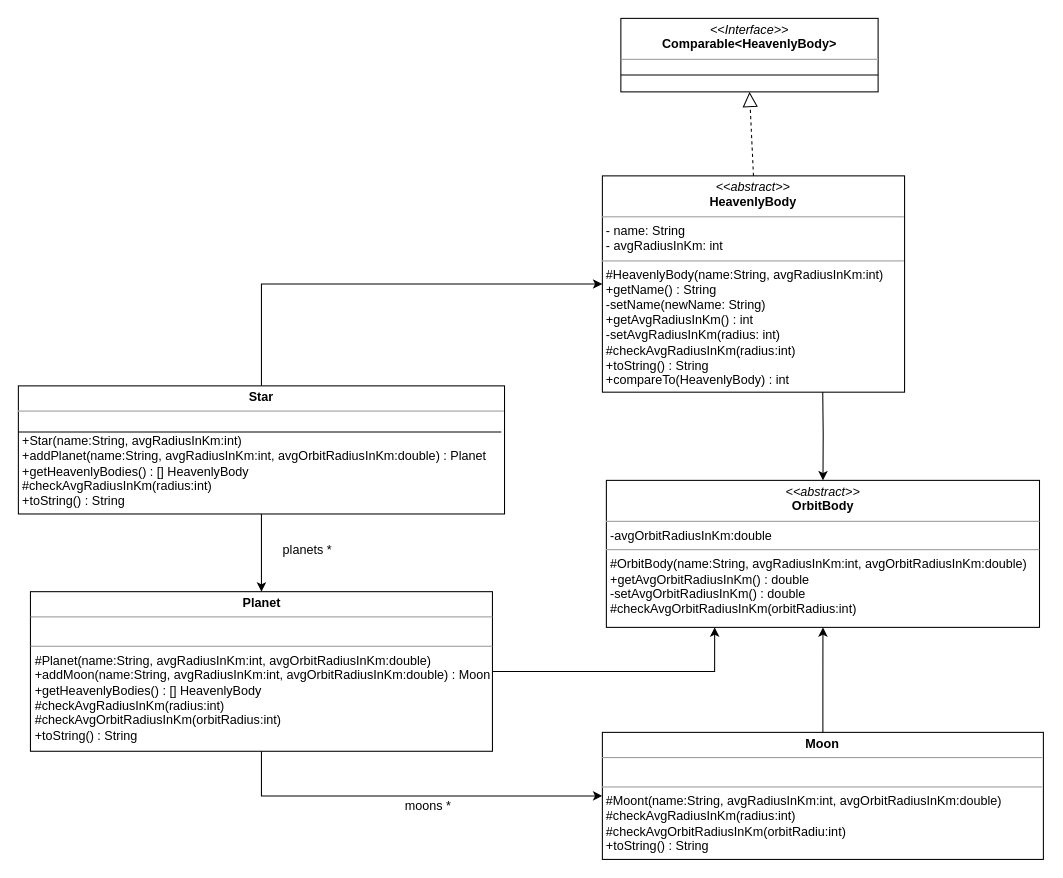
Above: Planet Class Diagram.drawio in JingLQX/Class_diagram_Java (draw.io), before the change. Source tidied: cells renumbered, new cells numbered last; positions are measured from the earlier drawing's top-left corner, leaving out a move shared by most shapes. Both pictures are drawn from the tidied source at 105%, with x=0, y=0 at pixel (18, 18).
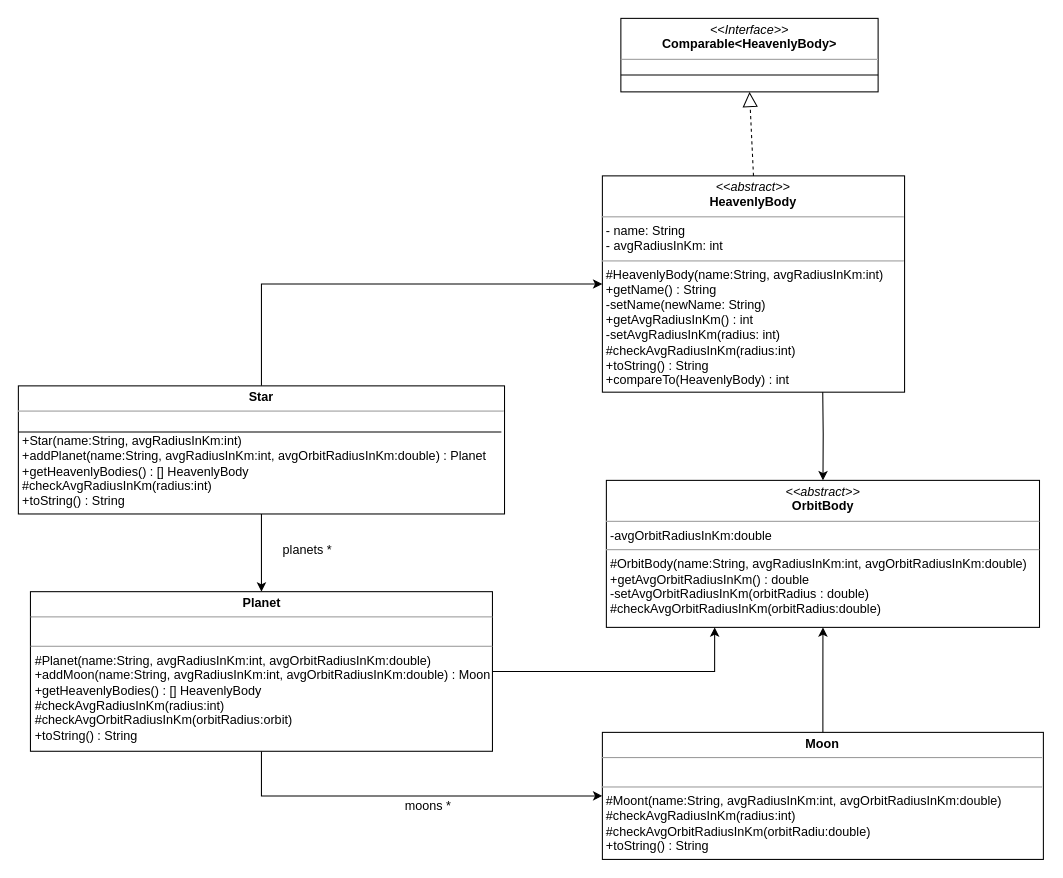
After the change.

The edit, as a diff of the source:
```diff
@@
 <mxGraphModel>
   <root>
     <mxCell id="0" />
     <mxCell id="1" parent="0" />
     <mxCell id="2" style="edgeStyle=orthogonalEdgeStyle;rounded=0;jettySize=auto;html=1;" parent="1" edge="1" target="10">
       <mxGeometry relative="1" as="geometry">
         <mxPoint x="766" y="350" as="sourcePoint" />
       </mxGeometry>
     </mxCell>
     <mxCell id="3" value="&lt;p style=&quot;margin:0px;margin-top:4px;text-align:center;&quot;&gt;&lt;i&gt;&amp;lt;&amp;lt;abstract&amp;gt;&amp;gt;&lt;/i&gt;&lt;br&gt;&lt;b&gt;HeavenlyBody&lt;/b&gt;&lt;/p&gt;&lt;hr size=&quot;1&quot;&gt;&lt;p style=&quot;margin:0px;margin-left:4px;&quot;&gt;- name: String&lt;br&gt;- avgRadiusInKm: int&lt;/p&gt;&lt;hr size=&quot;1&quot;&gt;&lt;p style=&quot;margin:0px;margin-left:4px;&quot;&gt;#HeavenlyBody(name:String, avgRadiusInKm:int)&lt;br&gt;+getName() : String&lt;/p&gt;&lt;p style=&quot;margin:0px;margin-left:4px;&quot;&gt;-setName(newName: String)&lt;br&gt;&lt;/p&gt;&lt;p style=&quot;margin:0px;margin-left:4px;&quot;&gt;+getAvgRadiusInKm() : int&lt;br&gt;&lt;/p&gt;&lt;p style=&quot;margin:0px;margin-left:4px;&quot;&gt;-setAvgRadiusInKm(radius: int)&lt;br&gt;&lt;/p&gt;&lt;p style=&quot;margin:0px;margin-left:4px;&quot;&gt;#checkAvgRadiusInKm(radius:int)&lt;br&gt;&lt;/p&gt;&lt;p style=&quot;margin:0px;margin-left:4px;&quot;&gt;+toString() : String&lt;/p&gt;&lt;p style=&quot;margin:0px;margin-left:4px;&quot;&gt;+compareTo(HeavenlyBody) : int&lt;/p&gt;&lt;p style=&quot;margin:0px;margin-left:4px;&quot;&gt;&lt;br&gt;&lt;/p&gt;" style="verticalAlign=top;align=left;overflow=fill;fontSize=12;fontFamily=Helvetica;html=1;" parent="1" vertex="1">
       <mxGeometry x="556.2" y="150" width="287.8" height="206" as="geometry" />
     </mxCell>
     <mxCell id="4" value="&lt;p style=&quot;margin:0px;margin-top:4px;text-align:center;&quot;&gt;&lt;i&gt;&amp;lt;&amp;lt;Interface&amp;gt;&amp;gt;&lt;/i&gt;&lt;br&gt;&lt;b&gt;Comparable&amp;lt;HeavenlyBody&amp;gt;&lt;/b&gt;&lt;br&gt;&lt;/p&gt;&lt;hr size=&quot;1&quot;&gt;&lt;p style=&quot;margin:0px;margin-left:4px;&quot;&gt;&lt;br&gt;&lt;/p&gt;" style="verticalAlign=top;align=left;overflow=fill;fontSize=12;fontFamily=Helvetica;html=1;" parent="1" vertex="1">
       <mxGeometry x="573.8" width="245" height="70" as="geometry" />
     </mxCell>
     <mxCell id="5" style="line;strokeWidth=1;fillColor=none;align=left;verticalAlign=middle;spacingTop=-1;spacingLeft=3;spacingRight=3;labelPosition=right;strokeColor=inherit;" parent="1" vertex="1">
       <mxGeometry x="573.8" y="50" width="245" height="8" as="geometry" />
     </mxCell>
     <mxCell id="6" style="edgeStyle=orthogonalEdgeStyle;rounded=0;jettySize=auto;html=1;entryX=0;entryY=0.5;entryDx=0;entryDy=0;exitX=0.5;exitY=0;exitDx=0;exitDy=0;" parent="1" edge="1" source="8" target="3">
       <mxGeometry relative="1" as="geometry" />
     </mxCell>
     <mxCell id="7" style="edgeStyle=orthogonalEdgeStyle;rounded=0;jettySize=auto;html=1;entryX=0.5;entryY=0;entryDx=0;entryDy=0;" parent="1" edge="1" source="8" target="14">
       <mxGeometry relative="1" as="geometry" />
     </mxCell>
     <mxCell id="8" value="&lt;p style=&quot;margin:0px;margin-top:4px;text-align:center;&quot;&gt;&lt;b&gt;Star&lt;/b&gt;&lt;/p&gt;&lt;hr size=&quot;1&quot;&gt;&lt;p style=&quot;margin:0px;margin-left:4px;&quot;&gt;&lt;br&gt;&lt;/p&gt;&lt;p style=&quot;margin:0px;margin-left:4px;&quot;&gt;+Star(name:String, avgRadiusInKm:int)&lt;br&gt;&lt;/p&gt;&lt;p style=&quot;margin:0px;margin-left:4px;&quot;&gt;+addPlanet(name:String, avgRadiusInKm:int, avgOrbitRadiusInKm:double) : Planet&lt;br&gt;&lt;/p&gt;&lt;p style=&quot;margin:0px;margin-left:4px;&quot;&gt;+getHeavenlyBodies() : [] HeavenlyBody&lt;br&gt;&lt;/p&gt;&lt;p style=&quot;margin:0px;margin-left:4px;&quot;&gt;#checkAvgRadiusInKm(radius:int)&lt;br&gt;&lt;/p&gt;&lt;p style=&quot;margin:0px;margin-left:4px;&quot;&gt;+toString() : String&lt;/p&gt;" style="verticalAlign=top;align=left;overflow=fill;fontSize=12;fontFamily=Helvetica;html=1;" parent="1" vertex="1">
       <mxGeometry y="350" width="463" height="122" as="geometry" />
     </mxCell>
     <mxCell id="9" style="line;strokeWidth=1;fillColor=none;align=left;verticalAlign=middle;spacingTop=-1;spacingLeft=3;spacingRight=3;labelPosition=right;strokeColor=inherit;" parent="1" vertex="1">
       <mxGeometry y="390" width="460" height="8" as="geometry" />
     </mxCell>
-    <mxCell id="10" value="&lt;p style=&quot;margin:0px;margin-top:4px;text-align:center;&quot;&gt;&lt;i&gt;&amp;lt;&amp;lt;abstract&amp;gt;&amp;gt;&lt;/i&gt;&lt;br&gt;&lt;b&gt;OrbitBody&lt;/b&gt;&lt;/p&gt;&lt;hr size=&quot;1&quot;&gt;&lt;p style=&quot;margin:0px;margin-left:4px;&quot;&gt;-avgOrbitRadiusInKm:double&lt;br&gt;&lt;/p&gt;&lt;hr size=&quot;1&quot;&gt;&lt;p style=&quot;margin:0px;margin-left:4px;&quot;&gt;#OrbitBody(name:String, avgRadiusInKm:int, avgOrbitRadiusInKm:double)&lt;/p&gt;&lt;p style=&quot;margin:0px;margin-left:4px;&quot;&gt;+getAvgOrbitRadiusInKm() : double&lt;br&gt;&lt;/p&gt;&lt;p style=&quot;margin:0px;margin-left:4px;&quot;&gt;-setAvgOrbitRadiusInKm() : double&lt;/p&gt;&lt;p style=&quot;margin:0px;margin-left:4px;&quot;&gt;#checkAvgOrbitRadiusInKm(orbitRadius:int)&lt;/p&gt;" style="verticalAlign=top;align=left;overflow=fill;fontSize=12;fontFamily=Helvetica;html=1;" parent="1" vertex="1">
+    <mxCell id="10" value="&lt;p style=&quot;margin:0px;margin-top:4px;text-align:center;&quot;&gt;&lt;i&gt;&amp;lt;&amp;lt;abstract&amp;gt;&amp;gt;&lt;/i&gt;&lt;br&gt;&lt;b&gt;OrbitBody&lt;/b&gt;&lt;/p&gt;&lt;hr size=&quot;1&quot;&gt;&lt;p style=&quot;margin:0px;margin-left:4px;&quot;&gt;-avgOrbitRadiusInKm:double&lt;br&gt;&lt;/p&gt;&lt;hr size=&quot;1&quot;&gt;&lt;p style=&quot;margin:0px;margin-left:4px;&quot;&gt;#OrbitBody(name:String, avgRadiusInKm:int, avgOrbitRadiusInKm:double)&lt;/p&gt;&lt;p style=&quot;margin:0px;margin-left:4px;&quot;&gt;+getAvgOrbitRadiusInKm() : double&lt;br&gt;&lt;/p&gt;&lt;p style=&quot;margin:0px;margin-left:4px;&quot;&gt;-setAvgOrbitRadiusInKm(orbitRadius : double)&lt;/p&gt;&lt;p style=&quot;margin:0px;margin-left:4px;&quot;&gt;#checkAvgOrbitRadiusInKm(orbitRadius:double)&lt;/p&gt;" style="verticalAlign=top;align=left;overflow=fill;fontSize=12;fontFamily=Helvetica;html=1;" parent="1" vertex="1">
       <mxGeometry x="560" y="440" width="412.5" height="140" as="geometry" />
     </mxCell>
     <mxCell id="11" style="endArrow=block;dashed=1;endFill=0;endSize=12;html=1;rounded=0;entryX=0.5;entryY=1;entryDx=0;entryDy=0;exitX=0.5;exitY=0;exitDx=0;exitDy=0;" parent="1" edge="1" source="3" target="4">
       <mxGeometry relative="1" as="geometry" />
     </mxCell>
     <mxCell id="12" style="edgeStyle=orthogonalEdgeStyle;rounded=0;jettySize=auto;html=1;exitX=0.5;exitY=1;exitDx=0;exitDy=0;" parent="1" edge="1" source="14" target="16">
       <mxGeometry relative="1" as="geometry" />
     </mxCell>
     <mxCell id="13" style="edgeStyle=orthogonalEdgeStyle;rounded=0;jettySize=auto;html=1;exitX=1;exitY=0.5;exitDx=0;exitDy=0;entryX=0.25;entryY=1;entryDx=0;entryDy=0;" parent="1" edge="1" source="14" target="10">
       <mxGeometry relative="1" as="geometry" />
     </mxCell>
-    <mxCell id="14" value="&lt;p style=&quot;margin:0px;margin-top:4px;text-align:center;&quot;&gt;&lt;b&gt;Planet&lt;/b&gt;&lt;/p&gt;&lt;hr size=&quot;1&quot;&gt;&lt;p style=&quot;margin:0px;margin-left:4px;&quot;&gt;&lt;br&gt;&lt;/p&gt;&lt;hr size=&quot;1&quot;&gt;&lt;p style=&quot;margin:0px;margin-left:4px;&quot;&gt;#Planet(name:String, avgRadiusInKm:int, avgOrbitRadiusInKm:double)&lt;br&gt;&lt;/p&gt;&lt;p style=&quot;margin:0px;margin-left:4px;&quot;&gt;+addMoon(name:String, avgRadiusInKm:int, avgOrbitRadiusInKm:double) : Moon&lt;br&gt;&lt;/p&gt;&lt;p style=&quot;margin:0px;margin-left:4px;&quot;&gt;+getHeavenlyBodies() : [] HeavenlyBody&lt;br&gt;&lt;/p&gt;&lt;p style=&quot;margin:0px;margin-left:4px;&quot;&gt;#checkAvgRadiusInKm(radius:int)&lt;br&gt;&lt;/p&gt;&lt;p style=&quot;margin:0px;margin-left:4px;&quot;&gt;#checkAvgOrbitRadiusInKm(orbitRadius:int)&lt;br&gt;&lt;/p&gt;&lt;p style=&quot;margin:0px;margin-left:4px;&quot;&gt;+toString() : String&lt;br&gt;&lt;/p&gt;" style="verticalAlign=top;align=left;overflow=fill;fontSize=12;fontFamily=Helvetica;html=1;" parent="1" vertex="1">
+    <mxCell id="14" value="&lt;p style=&quot;margin:0px;margin-top:4px;text-align:center;&quot;&gt;&lt;b&gt;Planet&lt;/b&gt;&lt;/p&gt;&lt;hr size=&quot;1&quot;&gt;&lt;p style=&quot;margin:0px;margin-left:4px;&quot;&gt;&lt;br&gt;&lt;/p&gt;&lt;hr size=&quot;1&quot;&gt;&lt;p style=&quot;margin:0px;margin-left:4px;&quot;&gt;#Planet(name:String, avgRadiusInKm:int, avgOrbitRadiusInKm:double)&lt;br&gt;&lt;/p&gt;&lt;p style=&quot;margin:0px;margin-left:4px;&quot;&gt;+addMoon(name:String, avgRadiusInKm:int, avgOrbitRadiusInKm:double) : Moon&lt;br&gt;&lt;/p&gt;&lt;p style=&quot;margin:0px;margin-left:4px;&quot;&gt;+getHeavenlyBodies() : [] HeavenlyBody&lt;br&gt;&lt;/p&gt;&lt;p style=&quot;margin:0px;margin-left:4px;&quot;&gt;#checkAvgRadiusInKm(radius:int)&lt;br&gt;&lt;/p&gt;&lt;p style=&quot;margin:0px;margin-left:4px;&quot;&gt;#checkAvgOrbitRadiusInKm(orbitRadius:orbit)&lt;br&gt;&lt;/p&gt;&lt;p style=&quot;margin:0px;margin-left:4px;&quot;&gt;+toString() : String&lt;br&gt;&lt;/p&gt;" style="verticalAlign=top;align=left;overflow=fill;fontSize=12;fontFamily=Helvetica;html=1;" parent="1" vertex="1">
       <mxGeometry x="11.5" y="546" width="440" height="152" as="geometry" />
     </mxCell>
     <mxCell id="15" style="edgeStyle=orthogonalEdgeStyle;rounded=0;jettySize=auto;html=1;entryX=0.5;entryY=1;entryDx=0;entryDy=0;" parent="1" edge="1" source="16" target="10">
       <mxGeometry relative="1" as="geometry" />
     </mxCell>
-    <mxCell id="16" value="&lt;p style=&quot;margin:0px;margin-top:4px;text-align:center;&quot;&gt;&lt;b&gt;Moon&lt;/b&gt;&lt;/p&gt;&lt;hr size=&quot;1&quot;&gt;&lt;p style=&quot;margin:0px;margin-left:4px;&quot;&gt;&lt;br&gt;&lt;/p&gt;&lt;hr size=&quot;1&quot;&gt;&lt;p style=&quot;margin:0px;margin-left:4px;&quot;&gt;#Moont(name:String, avgRadiusInKm:int, avgOrbitRadiusInKm:double)&lt;/p&gt;&lt;p style=&quot;margin:0px;margin-left:4px;&quot;&gt;#checkAvgRadiusInKm(radius:int)&lt;br&gt;&lt;/p&gt;&lt;p style=&quot;margin:0px;margin-left:4px;&quot;&gt;#checkAvgOrbitRadiusInKm(orbitRadiu:int)&lt;br&gt;&lt;/p&gt;&lt;p style=&quot;margin:0px;margin-left:4px;&quot;&gt;+toString() : String&lt;br&gt;&lt;/p&gt;" style="verticalAlign=top;align=left;overflow=fill;fontSize=12;fontFamily=Helvetica;html=1;" parent="1" vertex="1">
+    <mxCell id="16" value="&lt;p style=&quot;margin:0px;margin-top:4px;text-align:center;&quot;&gt;&lt;b&gt;Moon&lt;/b&gt;&lt;/p&gt;&lt;hr size=&quot;1&quot;&gt;&lt;p style=&quot;margin:0px;margin-left:4px;&quot;&gt;&lt;br&gt;&lt;/p&gt;&lt;hr size=&quot;1&quot;&gt;&lt;p style=&quot;margin:0px;margin-left:4px;&quot;&gt;#Moont(name:String, avgRadiusInKm:int, avgOrbitRadiusInKm:double)&lt;/p&gt;&lt;p style=&quot;margin:0px;margin-left:4px;&quot;&gt;#checkAvgRadiusInKm(radius:int)&lt;br&gt;&lt;/p&gt;&lt;p style=&quot;margin:0px;margin-left:4px;&quot;&gt;#checkAvgOrbitRadiusInKm(orbitRadiu:double)&lt;br&gt;&lt;/p&gt;&lt;p style=&quot;margin:0px;margin-left:4px;&quot;&gt;+toString() : String&lt;br&gt;&lt;/p&gt;" style="verticalAlign=top;align=left;overflow=fill;fontSize=12;fontFamily=Helvetica;html=1;" parent="1" vertex="1">
       <mxGeometry x="556.2" y="680" width="420" height="121" as="geometry" />
     </mxCell>
     <mxCell id="17" value="planets *" style="text;html=1;align=center;verticalAlign=middle;strokeColor=none;fillColor=none;" parent="1" vertex="1">
       <mxGeometry x="240" y="492" width="70" height="30" as="geometry" />
     </mxCell>
     <mxCell id="18" value="moons *" style="text;html=1;align=center;verticalAlign=middle;strokeColor=none;fillColor=none;" parent="1" vertex="1">
       <mxGeometry x="355" y="735" width="70" height="30" as="geometry" />
     </mxCell>
   </root>
 </mxGraphModel>
```
